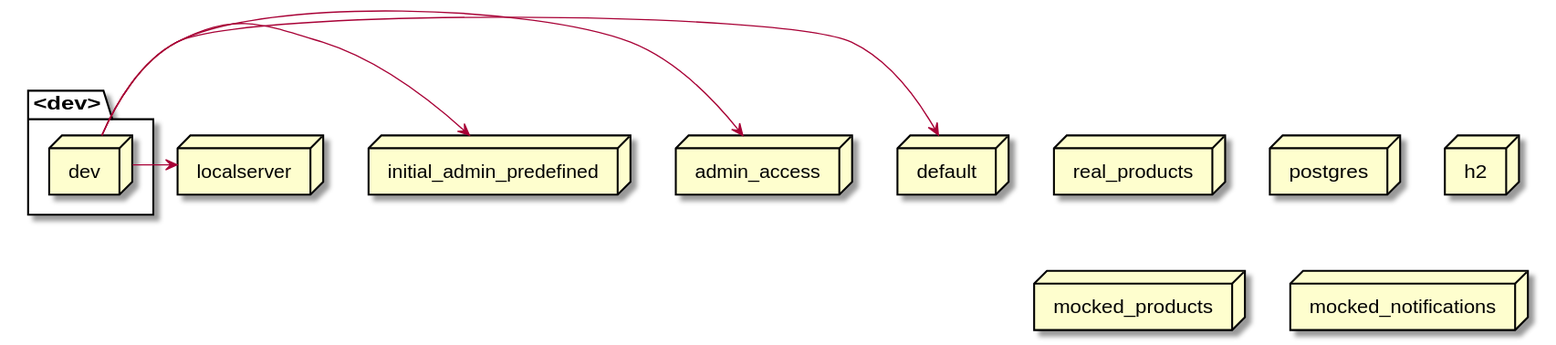
Before: docs/latest/images/gen_springprofiles-dev.svg, a diagram exported from PlantUML (mercedes-benz/sechub). Its diagram source:
```plantuml
@startuml
node real_products
node postgres
node h2
node admin_access
node localserver
node mocked_products
node mocked_notifications
node default
node initial_admin_predefined
package <dev>{
   node dev
}
dev -> localserver
dev -> initial_admin_predefined
dev -> admin_access
dev -> default
@enduml
```
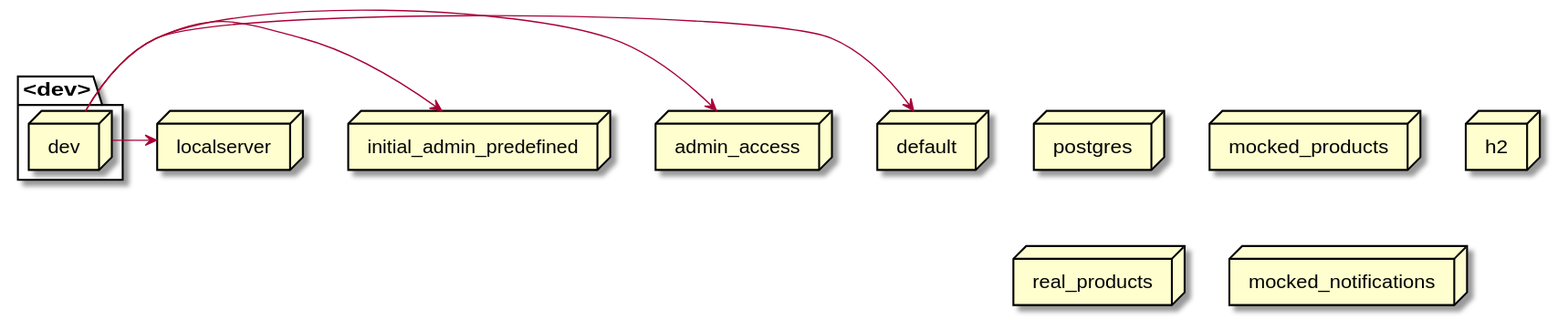
The same diagram one commit later.

The edit, as a diff of the source:
```diff
@@ -1,16 +1,16 @@
 @startuml
-node real_products
 node postgres
-node h2
 node admin_access
 node localserver
-node mocked_products
-node mocked_notifications
-node default
-node initial_admin_predefined
 package <dev>{
    node dev
 }
+node mocked_products
+node h2
+node real_products
+node initial_admin_predefined
+node mocked_notifications
+node default
 dev -> localserver
 dev -> initial_admin_predefined
 dev -> admin_access
```
